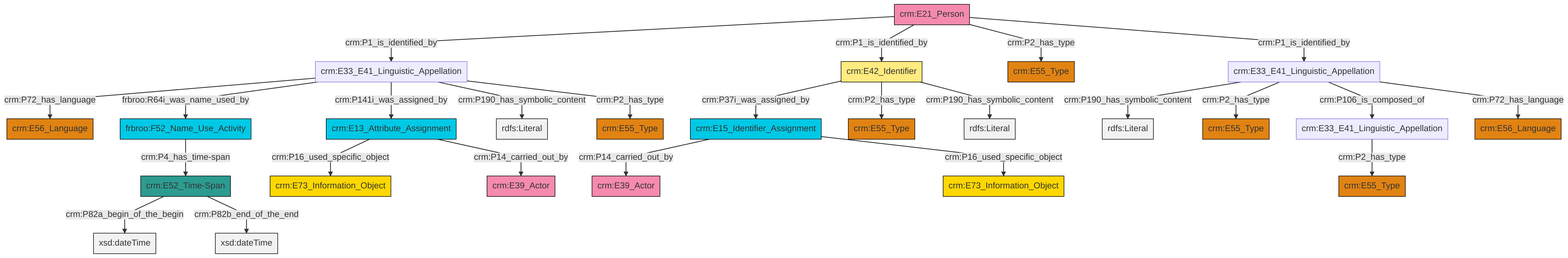
Above: et/personCSV/ttl/mmd/png/Person_Names_and_Classification.png in swiss-art-research-net/reference-data-models (Mermaid), before the change. Its source is kept beside it as et/personCSV/ttl/mmd/Person_Names_and_Classification.ttl.mmd.
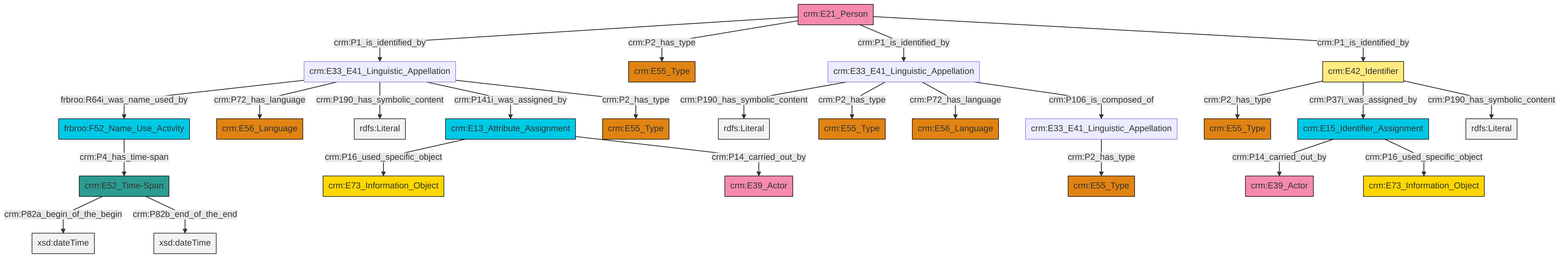
The same diagram one commit later.

The edit, as a diff of the source:
```diff
@@ -13,27 +13,27 @@
 classDef PC_Classes fill:#4ce600, stroke:#000000;
 classDef Multi fill:#cccccc,stroke:#000000;
 
-2["frbroo:F52_Name_Use_Activity"]:::Temporal_Entity -->|crm:P4_has_time-span| 3["crm:E52_Time-Span"]:::Time-Span
-5["crm:E33_E41_Linguistic_Appellation"]:::Default -->|crm:P72_has_language| 6["crm:E56_Language"]:::Type
-7["crm:E21_Person"]:::Actor -->|crm:P1_is_identified_by| 5["crm:E33_E41_Linguistic_Appellation"]:::Default
-11["crm:E33_E41_Linguistic_Appellation"]:::Default -->|crm:P190_has_symbolic_content| 12[rdfs:Literal]:::Literal
-7["crm:E21_Person"]:::Actor -->|crm:P1_is_identified_by| 13["crm:E42_Identifier"]:::Appellation
-13["crm:E42_Identifier"]:::Appellation -->|crm:P37i_was_assigned_by| 16["crm:E15_Identifier_Assignment"]:::Temporal_Entity
-5["crm:E33_E41_Linguistic_Appellation"]:::Default -->|frbroo:R64i_was_name_used_by| 2["frbroo:F52_Name_Use_Activity"]:::Temporal_Entity
-19["crm:E13_Attribute_Assignment"]:::Temporal_Entity -->|crm:P16_used_specific_object| 0["crm:E73_Information_Object"]:::Conceptual_Object
-3["crm:E52_Time-Span"]:::Time-Span -->|crm:P82a_begin_of_the_begin| 21[xsd:dateTime]:::Literal
-5["crm:E33_E41_Linguistic_Appellation"]:::Default -->|crm:P141i_was_assigned_by| 19["crm:E13_Attribute_Assignment"]:::Temporal_Entity
-13["crm:E42_Identifier"]:::Appellation -->|crm:P2_has_type| 22["crm:E55_Type"]:::Type
-19["crm:E13_Attribute_Assignment"]:::Temporal_Entity -->|crm:P14_carried_out_by| 17["crm:E39_Actor"]:::Actor
-7["crm:E21_Person"]:::Actor -->|crm:P2_has_type| 23["crm:E55_Type"]:::Type
-16["crm:E15_Identifier_Assignment"]:::Temporal_Entity -->|crm:P14_carried_out_by| 26["crm:E39_Actor"]:::Actor
-13["crm:E42_Identifier"]:::Appellation -->|crm:P190_has_symbolic_content| 28[rdfs:Literal]:::Literal
-11["crm:E33_E41_Linguistic_Appellation"]:::Default -->|crm:P2_has_type| 14["crm:E55_Type"]:::Type
-5["crm:E33_E41_Linguistic_Appellation"]:::Default -->|crm:P190_has_symbolic_content| 31[rdfs:Literal]:::Literal
-29["crm:E33_E41_Linguistic_Appellation"]:::Default -->|crm:P2_has_type| 32["crm:E55_Type"]:::Type
-3["crm:E52_Time-Span"]:::Time-Span -->|crm:P82b_end_of_the_end| 35[xsd:dateTime]:::Literal
-11["crm:E33_E41_Linguistic_Appellation"]:::Default -->|crm:P106_is_composed_of| 29["crm:E33_E41_Linguistic_Appellation"]:::Default
-7["crm:E21_Person"]:::Actor -->|crm:P1_is_identified_by| 11["crm:E33_E41_Linguistic_Appellation"]:::Default
-16["crm:E15_Identifier_Assignment"]:::Temporal_Entity -->|crm:P16_used_specific_object| 8["crm:E73_Information_Object"]:::Conceptual_Object
-5["crm:E33_E41_Linguistic_Appellation"]:::Default -->|crm:P2_has_type| 40["crm:E55_Type"]:::Type
-11["crm:E33_E41_Linguistic_Appellation"]:::Default -->|crm:P72_has_language| 43["crm:E56_Language"]:::Type
+4["crm:E21_Person"]:::Actor -->|crm:P1_is_identified_by| 5["crm:E33_E41_Linguistic_Appellation"]:::Default
+6["frbroo:F52_Name_Use_Activity"]:::Temporal_Entity -->|crm:P4_has_time-span| 7["crm:E52_Time-Span"]:::Time-Span
+8["crm:E33_E41_Linguistic_Appellation"]:::Default -->|crm:P190_has_symbolic_content| 9[rdfs:Literal]:::Literal
+5["crm:E33_E41_Linguistic_Appellation"]:::Default -->|frbroo:R64i_was_name_used_by| 6["frbroo:F52_Name_Use_Activity"]:::Temporal_Entity
+5["crm:E33_E41_Linguistic_Appellation"]:::Default -->|crm:P72_has_language| 10["crm:E56_Language"]:::Type
+8["crm:E33_E41_Linguistic_Appellation"]:::Default -->|crm:P2_has_type| 0["crm:E55_Type"]:::Type
+12["crm:E33_E41_Linguistic_Appellation"]:::Default -->|crm:P2_has_type| 13["crm:E55_Type"]:::Type
+8["crm:E33_E41_Linguistic_Appellation"]:::Default -->|crm:P72_has_language| 14["crm:E56_Language"]:::Type
+4["crm:E21_Person"]:::Actor -->|crm:P2_has_type| 16["crm:E55_Type"]:::Type
+18["crm:E15_Identifier_Assignment"]:::Temporal_Entity -->|crm:P14_carried_out_by| 19["crm:E39_Actor"]:::Actor
+7["crm:E52_Time-Span"]:::Time-Span -->|crm:P82a_begin_of_the_begin| 22[xsd:dateTime]:::Literal
+7["crm:E52_Time-Span"]:::Time-Span -->|crm:P82b_end_of_the_end| 23[xsd:dateTime]:::Literal
+26["crm:E42_Identifier"]:::Appellation -->|crm:P2_has_type| 28["crm:E55_Type"]:::Type
+5["crm:E33_E41_Linguistic_Appellation"]:::Default -->|crm:P190_has_symbolic_content| 34[rdfs:Literal]:::Literal
+30["crm:E13_Attribute_Assignment"]:::Temporal_Entity -->|crm:P16_used_specific_object| 2["crm:E73_Information_Object"]:::Conceptual_Object
+5["crm:E33_E41_Linguistic_Appellation"]:::Default -->|crm:P141i_was_assigned_by| 30["crm:E13_Attribute_Assignment"]:::Temporal_Entity
+8["crm:E33_E41_Linguistic_Appellation"]:::Default -->|crm:P106_is_composed_of| 12["crm:E33_E41_Linguistic_Appellation"]:::Default
+5["crm:E33_E41_Linguistic_Appellation"]:::Default -->|crm:P2_has_type| 24["crm:E55_Type"]:::Type
+26["crm:E42_Identifier"]:::Appellation -->|crm:P37i_was_assigned_by| 18["crm:E15_Identifier_Assignment"]:::Temporal_Entity
+4["crm:E21_Person"]:::Actor -->|crm:P1_is_identified_by| 8["crm:E33_E41_Linguistic_Appellation"]:::Default
+26["crm:E42_Identifier"]:::Appellation -->|crm:P190_has_symbolic_content| 46[rdfs:Literal]:::Literal
+18["crm:E15_Identifier_Assignment"]:::Temporal_Entity -->|crm:P16_used_specific_object| 42["crm:E73_Information_Object"]:::Conceptual_Object
+4["crm:E21_Person"]:::Actor -->|crm:P1_is_identified_by| 26["crm:E42_Identifier"]:::Appellation
+30["crm:E13_Attribute_Assignment"]:::Temporal_Entity -->|crm:P14_carried_out_by| 20["crm:E39_Actor"]:::Actor
```
